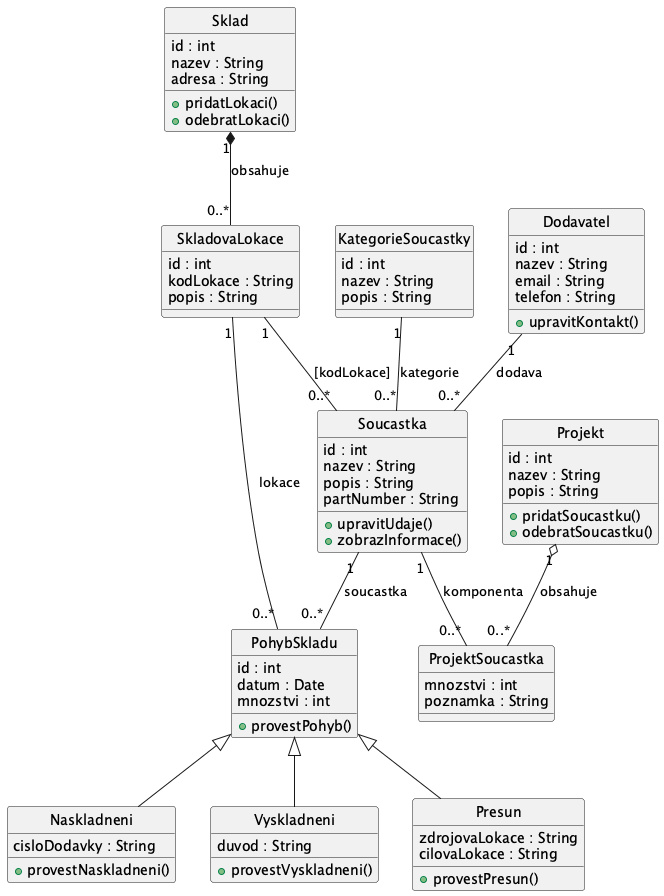
The PlantUML diagram docs/images/02a_conceptual_model.png in lkvapil/wms-elektronicke-soucastky, before a commit.
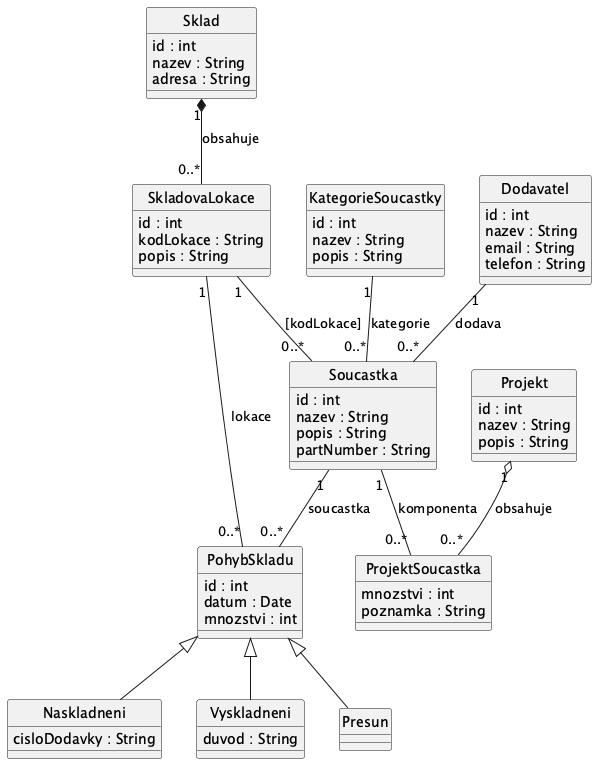
The same diagram one commit later.

Commit message:
feat: nahrazeni konceptualniho modelu diagramem trid (bez metod)

Diff of the diagram source:
```diff
@@ -6,8 +6,6 @@
   nazev : String
   popis : String
   partNumber : String
-  +upravitUdaje()
-  +zobrazInformace()
 }
 
 class KategorieSoucastky {
@@ -21,15 +19,12 @@
   nazev : String
   email : String
   telefon : String
-  +upravitKontakt()
 }
 
 class Sklad {
   id : int
   nazev : String
   adresa : String
-  +pridatLokaci()
-  +odebratLokaci()
 }
 
 class SkladovaLokace {
@@ -42,31 +37,23 @@
   id : int
   datum : Date
   mnozstvi : int
-  +provestPohyb()
 }
 
 class Naskladneni {
   cisloDodavky : String
-  +provestNaskladneni()
 }
 
 class Vyskladneni {
   duvod : String
-  +provestVyskladneni()
 }
 
 class Presun {
-  zdrojovaLokace : String
-  cilovaLokace : String
-  +provestPresun()
 }
 
 class Projekt {
   id : int
   nazev : String
   popis : String
-  +pridatSoucastku()
-  +odebratSoucastku()
 }
 
 class ProjektSoucastka {
```
